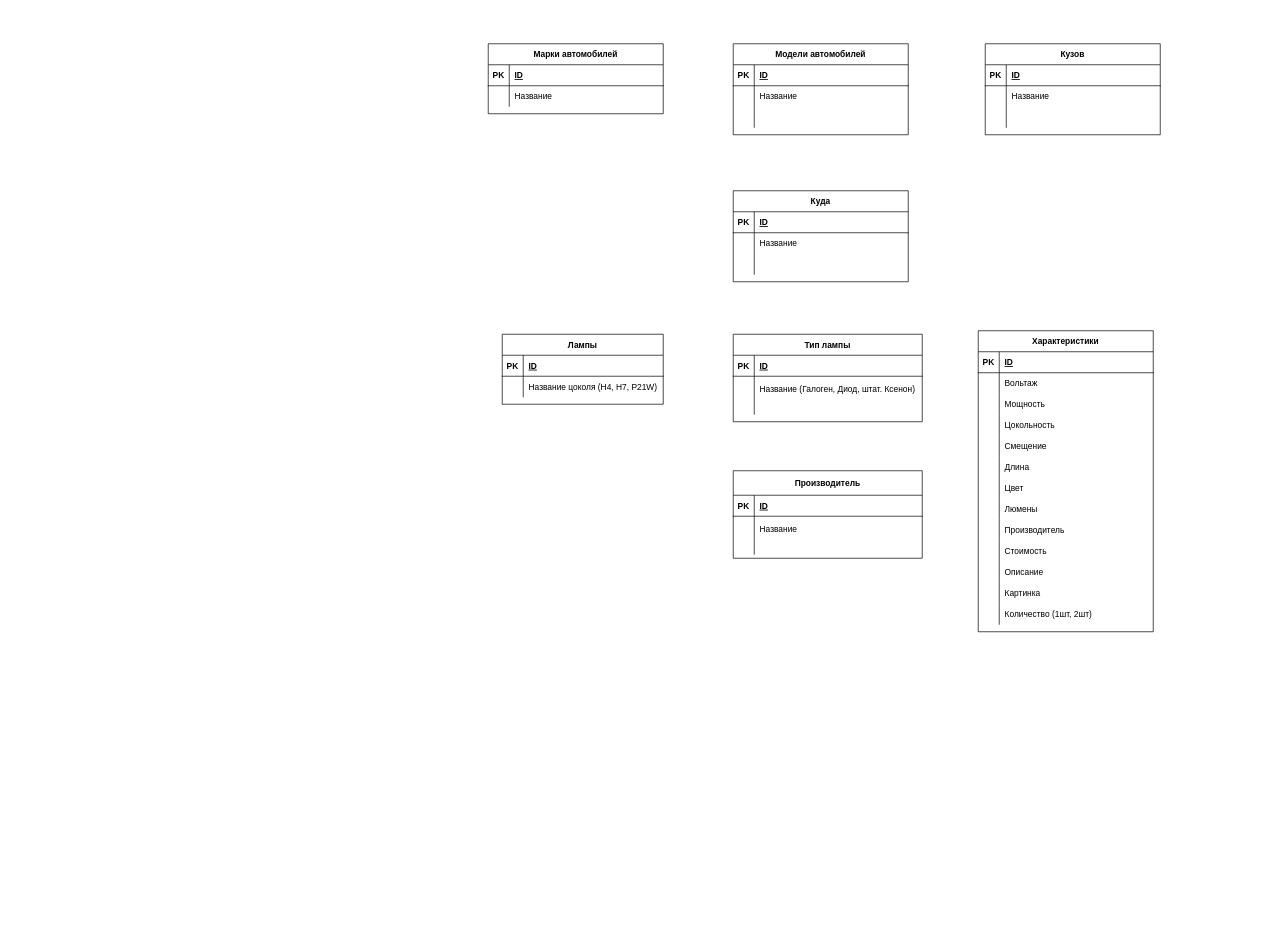
The draw.io diagram Схема сущностей.drawio in pokakaite/Avtosvet_project, before the edit. Source tidied: cells renumbered, new cells numbered last; positions are measured from the earlier drawing's top-left corner, leaving out a move shared by most shapes. Both pictures are drawn from the tidied source at 70%, with x=0, y=0 at pixel (488, 43).
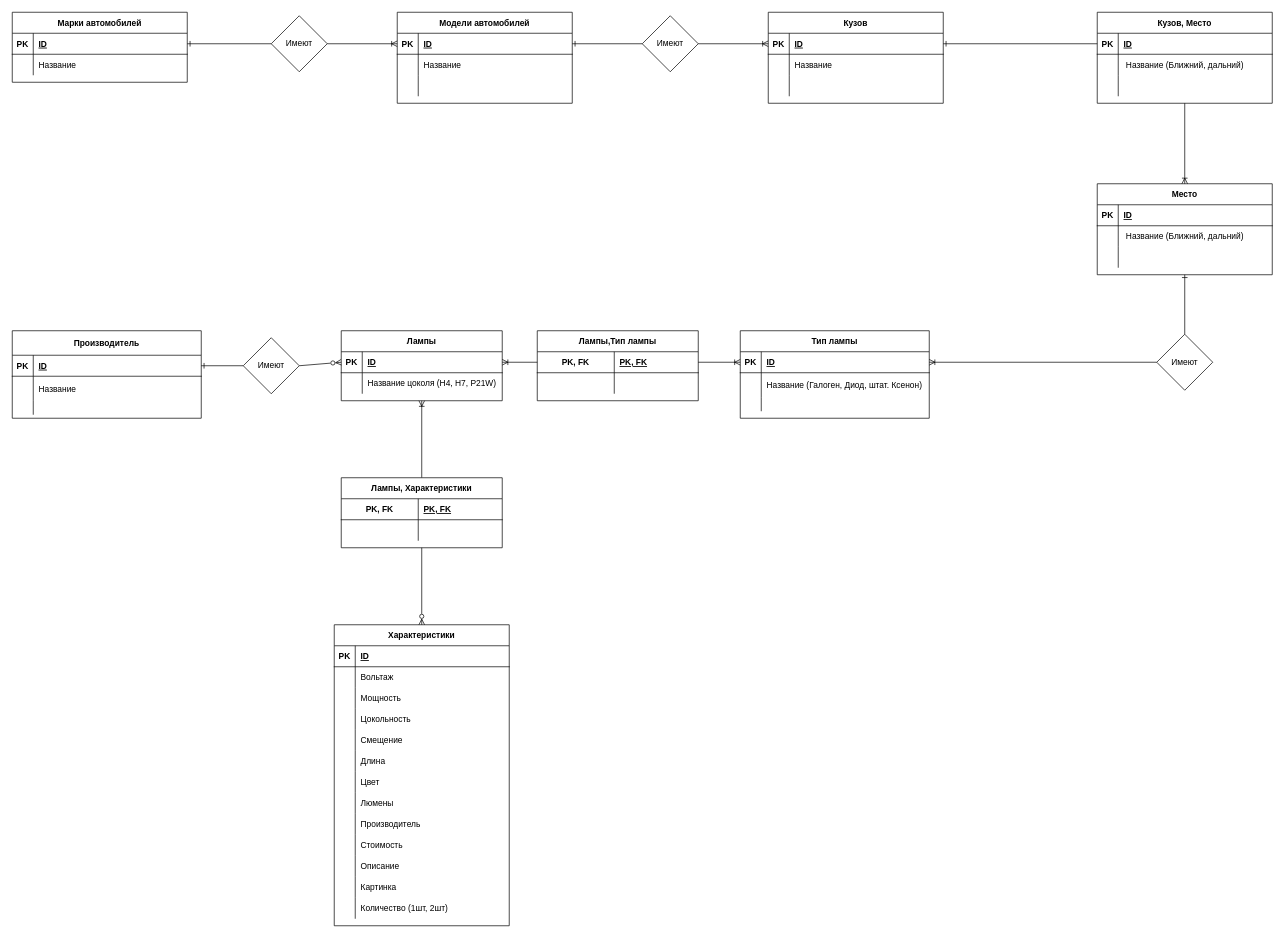
After the change.

The change refers to these unchanged cells:
```xml
<mxCell id="43" style="shape=partialRectangle;fillColor=none;points=[[0,0.5],[1,0.5]];portConstraint=eastwest;top=0;left=0;right=0;bottom=1;" parent="42" vertex="1">
  <mxGeometry y="30" width="250" height="30" as="geometry" />
</mxCell>
<mxCell id="50" style="shape=partialRectangle;fillColor=none;points=[[0,0.5],[1,0.5]];portConstraint=eastwest;top=0;left=0;right=0;bottom=1;" parent="49" vertex="1">
  <mxGeometry y="30" width="230" height="30" as="geometry" />
</mxCell>
<mxCell id="57" style="shape=partialRectangle;fillColor=none;points=[[0,0.5],[1,0.5]];portConstraint=eastwest;top=0;left=0;right=0;bottom=1;" parent="56" vertex="1">
  <mxGeometry y="30" width="250" height="30" as="geometry" />
</mxCell>
<mxCell id="67" style="shape=partialRectangle;fillColor=none;points=[[0,0.5],[1,0.5]];portConstraint=eastwest;top=0;left=0;right=0;bottom=1;" parent="66" vertex="1">
  <mxGeometry y="30" width="250" height="30" as="geometry" />
</mxCell>
<mxCell id="80" style="shape=partialRectangle;fillColor=none;top=0;left=0;right=0;bottom=0;" parent="76" vertex="1">
  <mxGeometry y="60" width="250" height="30" as="geometry" />
</mxCell>
<mxCell id="87" style="shape=partialRectangle;fillColor=none;points=[[0,0.5],[1,0.5]];portConstraint=eastwest;top=0;left=0;right=0;bottom=1;" parent="86" vertex="1">
  <mxGeometry y="30" width="270" height="30" as="geometry" />
</mxCell>
<mxCell id="97" style="shape=partialRectangle;fillColor=none;points=[[0,0.5],[1,0.5]];portConstraint=eastwest;top=0;left=0;right=0;bottom=1;" parent="96" vertex="1">
  <mxGeometry y="35" width="270" height="30" as="geometry" />
</mxCell>
```

The edit, as a diff of the source:
```diff
@@
     <mxCell id="2" value="Характеристики" style="shape=table;startSize=30;childLayout=tableLayout;rowLines=0;fontStyle=1;align=center;" parent="1" vertex="1">
-      <mxGeometry x="700" y="410" width="250" height="430" as="geometry" />
+      <mxGeometry x="-220" y="830" width="250" height="430" as="geometry" />
     </mxCell>
@@
     <mxCell id="42" value="Марки автомобилей" style="shape=table;startSize=30;childLayout=tableLayout;rowLines=0;fontStyle=1;align=center;" parent="1" vertex="1">
-      <mxGeometry width="250" height="100" as="geometry" />
+      <mxGeometry x="-680" y="-45" width="250" height="100" as="geometry" />
     </mxCell>
@@
+    <mxCell id="106" style="edgeStyle=none;html=1;exitX=0.5;exitY=1;exitDx=0;exitDy=0;startArrow=ERoneToMany;startFill=0;endArrow=none;endFill=0;" parent="1" edge="1" source="49" target="127">
+      <mxGeometry relative="1" as="geometry" />
+    </mxCell>
     <mxCell id="49" value="Лампы" style="shape=table;startSize=30;childLayout=tableLayout;rowLines=0;fontStyle=1;align=center;" parent="1" vertex="1">
-      <mxGeometry x="20" y="415" width="230" height="100" as="geometry" />
+      <mxGeometry x="-210" y="410" width="230" height="100" as="geometry" />
     </mxCell>
@@
     <mxCell id="56" value="Модели автомобилей" style="shape=table;startSize=30;childLayout=tableLayout;rowLines=0;fontStyle=1;align=center;" parent="1" vertex="1">
-      <mxGeometry x="350" width="250" height="130" as="geometry" />
+      <mxGeometry x="-130" y="-45" width="250" height="130" as="geometry" />
     </mxCell>
@@
     <mxCell id="66" value="Кузов" style="shape=table;startSize=30;childLayout=tableLayout;rowLines=0;fontStyle=1;align=center;" parent="1" vertex="1">
-      <mxGeometry x="710" width="250" height="130" as="geometry" />
+      <mxGeometry x="400" y="-45" width="250" height="130" as="geometry" />
     </mxCell>
@@
+    <mxCell id="107" style="edgeStyle=none;html=1;exitX=0.5;exitY=1;exitDx=0;exitDy=0;entryX=0.5;entryY=0;entryDx=0;entryDy=0;startArrow=ERone;startFill=0;endArrow=none;endFill=0;" parent="1" edge="1" source="76" target="146">
+      <mxGeometry relative="1" as="geometry" />
+    </mxCell>
-    <mxCell id="76" value="Куда" style="shape=table;startSize=30;childLayout=tableLayout;rowLines=0;fontStyle=1;align=center;" parent="1" vertex="1">
-      <mxGeometry x="350" y="210" width="250" height="130" as="geometry" />
+    <mxCell id="76" value="Место" style="shape=table;startSize=30;childLayout=tableLayout;rowLines=0;fontStyle=1;align=center;" parent="1" vertex="1">
+      <mxGeometry x="870" y="200" width="250" height="130" as="geometry" />
     </mxCell>
@@
-    <mxCell id="82" value="Название" style="shape=partialRectangle;overflow=hidden;fillColor=none;top=0;left=0;bottom=0;right=0;align=left;spacingLeft=6;" parent="80" vertex="1">
+    <mxCell id="82" value=" Название (Ближний, дальний)" style="shape=partialRectangle;overflow=hidden;fillColor=none;top=0;left=0;bottom=0;right=0;align=left;spacingLeft=6;" parent="80" vertex="1">
       <mxGeometry x="30" width="220" height="30" as="geometry" />
     </mxCell>
@@
     <mxCell id="86" value="Тип лампы" style="shape=table;startSize=30;childLayout=tableLayout;rowLines=0;fontStyle=1;align=center;" parent="1" vertex="1">
-      <mxGeometry x="350" y="415" width="270" height="125" as="geometry" />
+      <mxGeometry x="360" y="410" width="270" height="125" as="geometry" />
     </mxCell>
@@
     <mxCell id="96" value="Производитель" style="shape=table;startSize=35;childLayout=tableLayout;rowLines=0;fontStyle=1;align=center;" parent="1" vertex="1">
-      <mxGeometry x="350" y="610" width="270" height="125" as="geometry" />
+      <mxGeometry x="-680" y="410" width="270" height="125" as="geometry" />
     </mxCell>
@@
+    <mxCell id="108" value="Имеют" style="rhombus;whiteSpace=wrap;html=1;" parent="1" vertex="1">
+      <mxGeometry x="-310" y="-40" width="80" height="80" as="geometry" />
+    </mxCell>
+    <mxCell id="109" style="edgeStyle=none;html=1;exitX=1;exitY=0.5;exitDx=0;exitDy=0;entryX=0;entryY=0.5;entryDx=0;entryDy=0;startArrow=ERone;startFill=0;endArrow=none;endFill=0;" parent="1" edge="1" source="43" target="108">
+      <mxGeometry relative="1" as="geometry" />
+    </mxCell>
+    <mxCell id="110" style="edgeStyle=none;html=1;exitX=0;exitY=0.5;exitDx=0;exitDy=0;entryX=1;entryY=0.5;entryDx=0;entryDy=0;endArrow=none;endFill=0;startArrow=ERoneToMany;startFill=0;" parent="1" edge="1" source="57" target="108">
+      <mxGeometry relative="1" as="geometry" />
+    </mxCell>
+    <mxCell id="111" value="Имеют" style="rhombus;whiteSpace=wrap;html=1;" parent="1" vertex="1">
+      <mxGeometry x="220" y="-40" width="80" height="80" as="geometry" />
+    </mxCell>
+    <mxCell id="112" style="edgeStyle=none;html=1;exitX=1;exitY=0.5;exitDx=0;exitDy=0;entryX=0;entryY=0.5;entryDx=0;entryDy=0;startArrow=ERone;startFill=0;endArrow=none;endFill=0;" parent="1" edge="1" source="57" target="111">
+      <mxGeometry relative="1" as="geometry" />
+    </mxCell>
+    <mxCell id="113" style="edgeStyle=none;html=1;exitX=0;exitY=0.5;exitDx=0;exitDy=0;entryX=1;entryY=0.5;entryDx=0;entryDy=0;startArrow=ERoneToMany;startFill=0;endArrow=none;endFill=0;" parent="1" edge="1" source="67" target="111">
+      <mxGeometry relative="1" as="geometry" />
+    </mxCell>
+    <mxCell id="114" style="edgeStyle=none;html=1;exitX=1;exitY=0.5;exitDx=0;exitDy=0;entryX=0;entryY=0.5;entryDx=0;entryDy=0;startArrow=ERoneToMany;startFill=0;endArrow=none;endFill=0;" parent="1" edge="1" source="50" target="117">
+      <mxGeometry relative="1" as="geometry" />
+    </mxCell>
+    <mxCell id="115" style="edgeStyle=none;html=1;exitX=0;exitY=0.5;exitDx=0;exitDy=0;entryX=1;entryY=0.5;entryDx=0;entryDy=0;startArrow=ERoneToMany;startFill=0;endArrow=none;endFill=0;" parent="1" edge="1" source="87" target="117">
+      <mxGeometry relative="1" as="geometry" />
+    </mxCell>
+    <mxCell id="116" value="Лампы,Тип лампы" style="shape=table;startSize=30;childLayout=tableLayout;rowLines=0;fontStyle=1;align=center;" parent="1" vertex="1">
+      <mxGeometry x="70" y="410" width="230" height="100" as="geometry" />
+    </mxCell>
+    <mxCell id="117" style="shape=partialRectangle;fillColor=none;points=[[0,0.5],[1,0.5]];portConstraint=eastwest;top=0;left=0;right=0;bottom=1;" parent="116" vertex="1">
+      <mxGeometry y="30" width="230" height="30" as="geometry" />
+    </mxCell>
+    <mxCell id="118" value="PK, FK" style="shape=partialRectangle;overflow=hidden;fillColor=none;top=0;left=0;bottom=0;right=0;fontStyle=1;" parent="117" vertex="1">
+      <mxGeometry width="110" height="30" as="geometry" />
+    </mxCell>
+    <mxCell id="119" value="PK, FK" style="shape=partialRectangle;overflow=hidden;fillColor=none;top=0;left=0;bottom=0;right=0;align=left;spacingLeft=6;fontStyle=5;" parent="117" vertex="1">
+      <mxGeometry x="110" width="120" height="30" as="geometry" />
+    </mxCell>
+    <mxCell id="120" style="shape=partialRectangle;fillColor=none;top=0;left=0;right=0;bottom=0;" parent="116" vertex="1">
+      <mxGeometry y="60" width="230" height="30" as="geometry" />
+    </mxCell>
+    <mxCell id="121" style="shape=partialRectangle;overflow=hidden;fillColor=none;top=0;left=0;bottom=0;right=0;" parent="120" vertex="1">
+      <mxGeometry width="110" height="30" as="geometry" />
+    </mxCell>
+    <mxCell id="122" style="shape=partialRectangle;overflow=hidden;fillColor=none;top=0;left=0;bottom=0;right=0;align=left;spacingLeft=6;" parent="120" vertex="1">
+      <mxGeometry x="110" width="120" height="30" as="geometry" />
+    </mxCell>
+    <mxCell id="123" style="edgeStyle=none;html=1;exitX=0;exitY=0.5;exitDx=0;exitDy=0;entryX=1;entryY=0.5;entryDx=0;entryDy=0;startArrow=none;startFill=0;endArrow=ERone;endFill=0;" parent="1" edge="1" source="125" target="97">
+      <mxGeometry relative="1" as="geometry" />
+    </mxCell>
+    <mxCell id="124" style="edgeStyle=none;html=1;exitX=1;exitY=0.5;exitDx=0;exitDy=0;entryX=0;entryY=0.5;entryDx=0;entryDy=0;startArrow=none;startFill=0;endArrow=ERzeroToMany;endFill=0;" parent="1" edge="1" source="125" target="50">
+      <mxGeometry relative="1" as="geometry" />
+    </mxCell>
+    <mxCell id="125" value="Имеют" style="rhombus;whiteSpace=wrap;html=1;" parent="1" vertex="1">
+      <mxGeometry x="-350" y="420" width="80" height="80" as="geometry" />
+    </mxCell>
+    <mxCell id="126" style="edgeStyle=none;html=1;exitX=0.5;exitY=1;exitDx=0;exitDy=0;entryX=0.5;entryY=0;entryDx=0;entryDy=0;startArrow=none;startFill=0;endArrow=ERzeroToMany;endFill=0;" parent="1" edge="1" source="127" target="2">
+      <mxGeometry relative="1" as="geometry" />
+    </mxCell>
+    <mxCell id="127" value="Лампы, Характеристики" style="shape=table;startSize=30;childLayout=tableLayout;rowLines=0;fontStyle=1;align=center;" parent="1" vertex="1">
+      <mxGeometry x="-210" y="620" width="230" height="100" as="geometry" />
+    </mxCell>
+    <mxCell id="128" style="shape=partialRectangle;fillColor=none;top=0;left=0;right=0;bottom=1;" parent="127" vertex="1">
+      <mxGeometry y="30" width="230" height="30" as="geometry" />
+    </mxCell>
+    <mxCell id="129" value="PK, FK" style="shape=partialRectangle;overflow=hidden;fillColor=none;top=0;left=0;bottom=0;right=0;fontStyle=1;" parent="128" vertex="1">
+      <mxGeometry width="110" height="30" as="geometry" />
+    </mxCell>
+    <mxCell id="130" value="PK, FK" style="shape=partialRectangle;overflow=hidden;fillColor=none;top=0;left=0;bottom=0;right=0;align=left;spacingLeft=6;fontStyle=5;" parent="128" vertex="1">
+      <mxGeometry x="110" width="120" height="30" as="geometry" />
+    </mxCell>
+    <mxCell id="131" style="shape=partialRectangle;fillColor=none;top=0;left=0;right=0;bottom=0;" parent="127" vertex="1">
+      <mxGeometry y="60" width="230" height="30" as="geometry" />
+    </mxCell>
+    <mxCell id="132" style="shape=partialRectangle;overflow=hidden;fillColor=none;top=0;left=0;bottom=0;right=0;" parent="131" vertex="1">
+      <mxGeometry width="110" height="30" as="geometry" />
+    </mxCell>
+    <mxCell id="133" style="shape=partialRectangle;overflow=hidden;fillColor=none;top=0;left=0;bottom=0;right=0;align=left;spacingLeft=6;" parent="131" vertex="1">
+      <mxGeometry x="110" width="120" height="30" as="geometry" />
+    </mxCell>
+    <mxCell id="134" style="edgeStyle=none;html=1;exitX=0.5;exitY=1;exitDx=0;exitDy=0;entryX=0.5;entryY=0;entryDx=0;entryDy=0;startArrow=none;startFill=0;endArrow=ERoneToMany;endFill=0;" parent="1" edge="1" source="135" target="76">
+      <mxGeometry relative="1" as="geometry" />
+    </mxCell>
+    <mxCell id="135" value="Кузов, Место" style="shape=table;startSize=30;childLayout=tableLayout;rowLines=0;fontStyle=1;align=center;" parent="1" vertex="1">
+      <mxGeometry x="870" y="-45" width="250" height="130" as="geometry" />
+    </mxCell>
+    <mxCell id="136" style="shape=partialRectangle;fillColor=none;points=[[0,0.5],[1,0.5]];portConstraint=eastwest;top=0;left=0;right=0;bottom=1;" parent="135" vertex="1">
+      <mxGeometry y="30" width="250" height="30" as="geometry" />
+    </mxCell>
+    <mxCell id="137" value="PK" style="shape=partialRectangle;overflow=hidden;fillColor=none;top=0;left=0;bottom=0;right=0;fontStyle=1;" parent="136" vertex="1">
+      <mxGeometry width="30" height="30" as="geometry" />
+    </mxCell>
+    <mxCell id="138" value="ID" style="shape=partialRectangle;overflow=hidden;fillColor=none;top=0;left=0;bottom=0;right=0;align=left;spacingLeft=6;fontStyle=5;" parent="136" vertex="1">
+      <mxGeometry x="30" width="220" height="30" as="geometry" />
+    </mxCell>
+    <mxCell id="139" style="shape=partialRectangle;fillColor=none;top=0;left=0;right=0;bottom=0;" parent="135" vertex="1">
+      <mxGeometry y="60" width="250" height="30" as="geometry" />
+    </mxCell>
+    <mxCell id="140" style="shape=partialRectangle;overflow=hidden;fillColor=none;top=0;left=0;bottom=0;right=0;" parent="139" vertex="1">
+      <mxGeometry width="30" height="30" as="geometry" />
+    </mxCell>
+    <mxCell id="141" value=" Название (Ближний, дальний)" style="shape=partialRectangle;overflow=hidden;fillColor=none;top=0;left=0;bottom=0;right=0;align=left;spacingLeft=6;" parent="139" vertex="1">
+      <mxGeometry x="30" width="220" height="30" as="geometry" />
+    </mxCell>
+    <mxCell id="142" style="shape=partialRectangle;fillColor=none;top=0;left=0;right=0;bottom=0;" parent="135" vertex="1">
+      <mxGeometry y="90" width="250" height="30" as="geometry" />
+    </mxCell>
+    <mxCell id="143" style="shape=partialRectangle;overflow=hidden;fillColor=none;top=0;left=0;bottom=0;right=0;" parent="142" vertex="1">
+      <mxGeometry width="30" height="30" as="geometry" />
+    </mxCell>
+    <mxCell id="144" style="shape=partialRectangle;overflow=hidden;fillColor=none;top=0;left=0;bottom=0;right=0;align=left;spacingLeft=6;" parent="142" vertex="1">
+      <mxGeometry x="30" width="220" height="30" as="geometry" />
+    </mxCell>
+    <mxCell id="145" style="edgeStyle=none;html=1;exitX=1;exitY=0.5;exitDx=0;exitDy=0;entryX=0;entryY=0.5;entryDx=0;entryDy=0;startArrow=ERone;startFill=0;endArrow=none;endFill=0;" parent="1" edge="1" source="67" target="136">
+      <mxGeometry relative="1" as="geometry" />
+    </mxCell>
+    <mxCell id="146" value="Имеют" style="rhombus;whiteSpace=wrap;html=1;" parent="1" vertex="1">
+      <mxGeometry x="955" y="415" width="80" height="80" as="geometry" />
+    </mxCell>
+    <mxCell id="147" style="edgeStyle=none;html=1;exitX=1;exitY=0.5;exitDx=0;exitDy=0;entryX=0;entryY=0.5;entryDx=0;entryDy=0;startArrow=ERoneToMany;startFill=0;endArrow=none;endFill=0;" parent="1" edge="1" source="87" target="146">
+      <mxGeometry relative="1" as="geometry" />
+    </mxCell>
```
